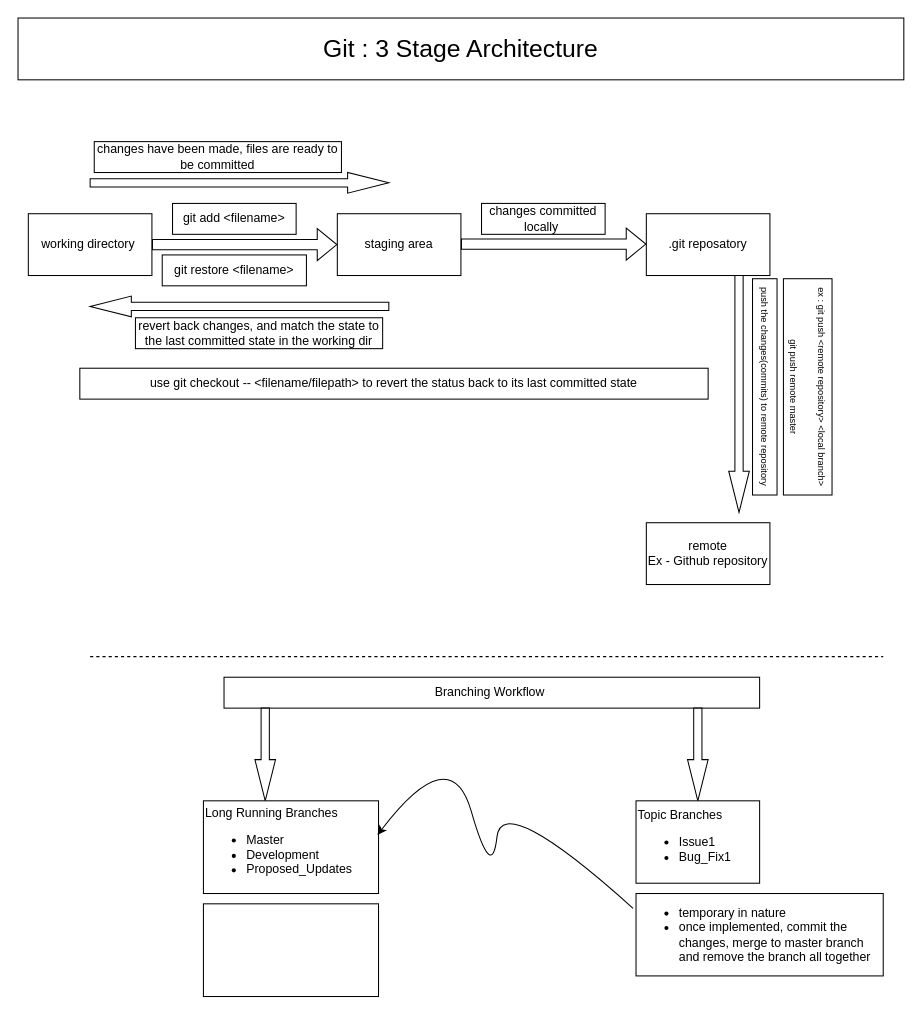
mj111312/learning-Git keeps this draw.io diagram as Git_architecture.drawio. Above is the earlier version. Source tidied: cells renumbered, new cells numbered last; positions are measured from the earlier drawing's top-left corner, leaving out a move shared by most shapes. Both pictures are drawn from the tidied source at 103%, with x=0, y=0 at pixel (18, 18).
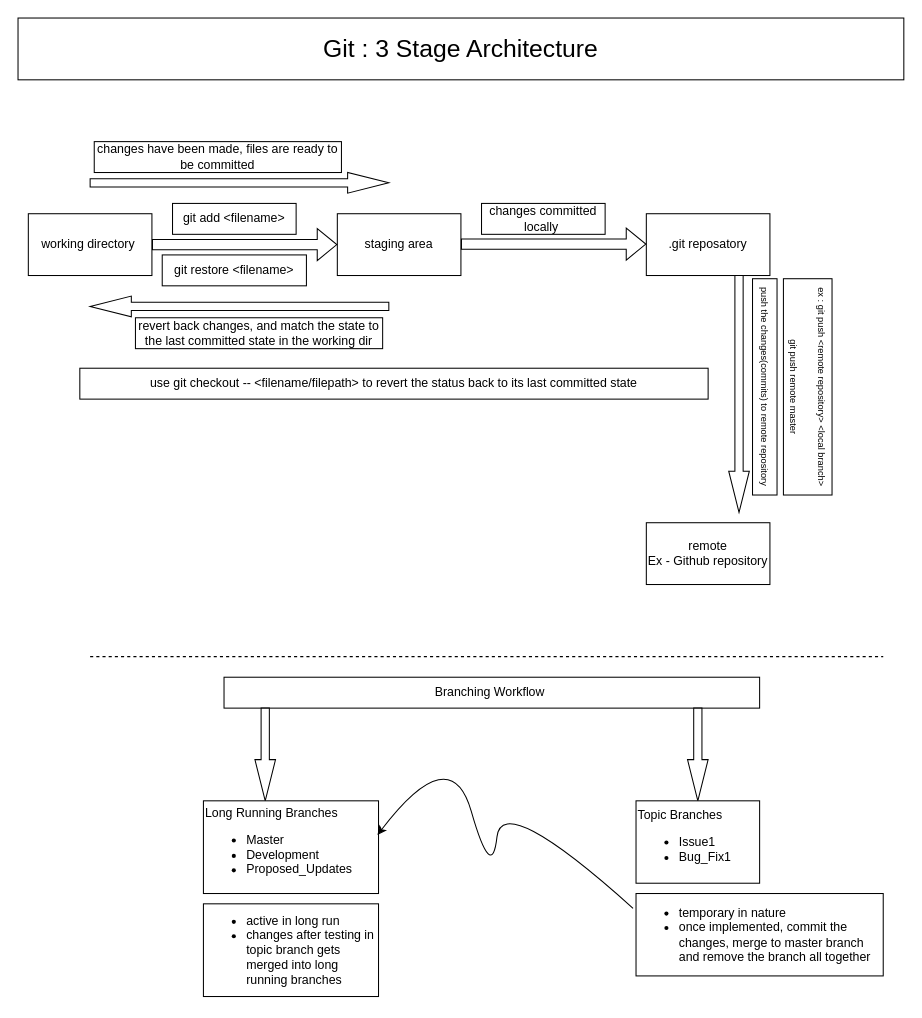
After the change.

Commit message (it also covers changes not shown here):
added info about long running branches in branching workflow section

Diff of the diagram source:
```diff
@@
-    <mxCell id="28" style="rounded=0;whiteSpace=wrap;html=1;labelPosition=center;verticalLabelPosition=middle;align=left;verticalAlign=middle;" parent="1" vertex="1">
+    <mxCell id="28" value="&lt;ul&gt;&lt;li&gt;active in long run&amp;nbsp;&lt;/li&gt;&lt;li&gt;changes after testing in topic branch gets merged into long running branches&amp;nbsp;&lt;/li&gt;&lt;/ul&gt;" style="rounded=0;whiteSpace=wrap;html=1;labelPosition=center;verticalLabelPosition=middle;align=left;verticalAlign=middle;" parent="1" vertex="1">
       <mxGeometry x="180" y="860" width="170" height="90" as="geometry" />
     </mxCell>
```
